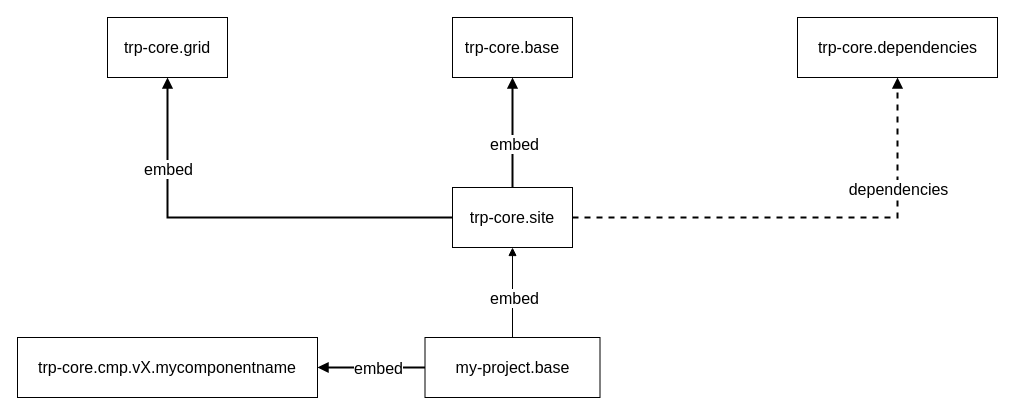
The draw.io diagram docs/diagrams/trp-core-clientlibs.v1.drawio in pdmyrs/aem-snippets, before the edit. Source tidied: cells renumbered, new cells numbered last; positions are measured from the earlier drawing's top-left corner, leaving out a move shared by most shapes. Both pictures are drawn from the tidied source at 100%, with x=0, y=0 at pixel (17, 17).
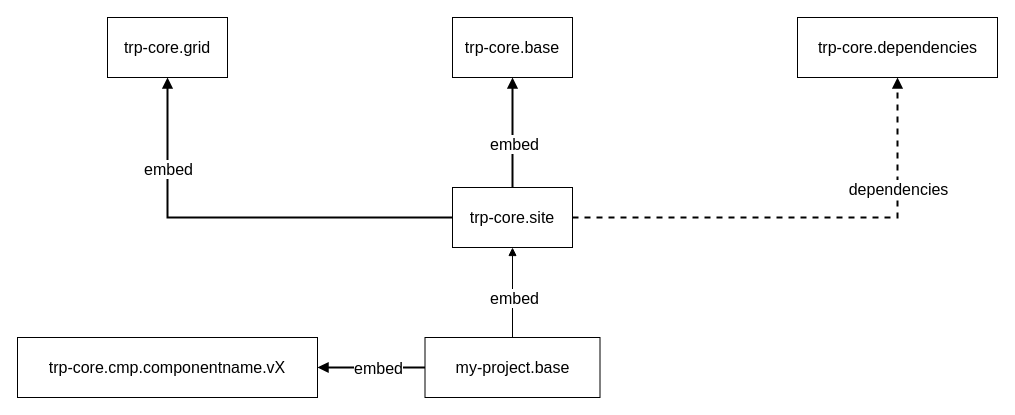
Above is the later version.

Diff of the diagram source:
```diff
@@
 <mxGraphModel>
   <root>
     <mxCell id="0" />
     <mxCell id="1" parent="0" />
     <mxCell id="2" value="trp-core.base" style="rounded=0;whiteSpace=wrap;html=1;fontSize=16;" parent="1" vertex="1">
       <mxGeometry x="435" width="120" height="60" as="geometry" />
     </mxCell>
     <mxCell id="3" style="edgeStyle=orthogonalEdgeStyle;rounded=0;jettySize=auto;html=1;exitX=0;exitY=0.5;exitDx=0;exitDy=0;entryX=0.5;entryY=1;entryDx=0;entryDy=0;fontSize=16;endArrow=block;endFill=1;strokeWidth=2;" parent="1" edge="1" source="7" target="10">
       <mxGeometry relative="1" as="geometry" />
     </mxCell>
     <mxCell id="4" value="embed" style="edgeLabel;html=1;align=center;verticalAlign=middle;fontSize=16;" parent="3" vertex="1">
       <mxGeometry x="0.47" relative="1" as="geometry">
         <mxPoint y="-22" as="offset" />
       </mxGeometry>
     </mxCell>
     <mxCell id="5" style="edgeStyle=orthogonalEdgeStyle;rounded=0;jettySize=auto;html=1;exitX=1;exitY=0.5;exitDx=0;exitDy=0;entryX=0.5;entryY=1;entryDx=0;entryDy=0;fontSize=16;endArrow=block;endFill=1;dashed=1;strokeWidth=2;" parent="1" edge="1" source="7" target="11">
       <mxGeometry relative="1" as="geometry" />
     </mxCell>
     <mxCell id="6" value="dependencies" style="edgeLabel;html=1;align=center;verticalAlign=middle;fontSize=16;" parent="5" vertex="1">
       <mxGeometry x="0.48" y="1" relative="1" as="geometry">
         <mxPoint x="1" y="-10" as="offset" />
       </mxGeometry>
     </mxCell>
     <mxCell id="7" value="trp-core.site" style="rounded=0;whiteSpace=wrap;html=1;fontSize=16;" parent="1" vertex="1">
       <mxGeometry x="435" y="170" width="120" height="60" as="geometry" />
     </mxCell>
     <mxCell id="8" style="endArrow=block;html=1;fontSize=16;entryX=0.5;entryY=1;entryDx=0;entryDy=0;endFill=1;strokeWidth=2;" parent="1" edge="1" source="7" target="2">
       <mxGeometry relative="1" as="geometry" />
     </mxCell>
     <mxCell id="9" value="embed" style="edgeLabel;html=1;align=center;verticalAlign=middle;fontSize=16;" parent="8" vertex="1">
       <mxGeometry x="-0.2" y="-1" relative="1" as="geometry" />
     </mxCell>
     <mxCell id="10" value="trp-core.grid" style="rounded=0;whiteSpace=wrap;html=1;fontSize=16;" parent="1" vertex="1">
       <mxGeometry x="90" width="120" height="60" as="geometry" />
     </mxCell>
     <mxCell id="11" value="trp-core.dependencies" style="rounded=0;html=1;fontSize=16;" parent="1" vertex="1">
       <mxGeometry x="780" width="200" height="60" as="geometry" />
     </mxCell>
     <mxCell id="12" style="edgeStyle=orthogonalEdgeStyle;rounded=0;jettySize=auto;html=1;exitX=0.5;exitY=0;exitDx=0;exitDy=0;entryX=0.5;entryY=1;entryDx=0;entryDy=0;fontSize=16;endArrow=block;endFill=1;" parent="1" edge="1" source="16" target="7">
       <mxGeometry relative="1" as="geometry" />
     </mxCell>
     <mxCell id="13" value="embed" style="edgeLabel;html=1;align=center;verticalAlign=middle;fontSize=16;" parent="12" vertex="1">
       <mxGeometry x="-0.11" y="-1" relative="1" as="geometry" />
     </mxCell>
     <mxCell id="14" style="edgeStyle=none;curved=1;rounded=0;jettySize=auto;html=1;entryX=1;entryY=0.5;entryDx=0;entryDy=0;endArrow=block;sourcePerimeterSpacing=8;targetPerimeterSpacing=8;exitX=0;exitY=0.5;exitDx=0;exitDy=0;endFill=1;strokeWidth=2;" parent="1" edge="1" source="16" target="17">
       <mxGeometry relative="1" as="geometry" />
     </mxCell>
     <mxCell id="15" value="embed" style="edgeLabel;html=1;align=center;verticalAlign=middle;fontSize=16;" parent="14" vertex="1">
       <mxGeometry x="-0.13" relative="1" as="geometry" />
     </mxCell>
     <mxCell id="16" value="my-project.base" style="rounded=0;whiteSpace=wrap;html=1;fontSize=16;" parent="1" vertex="1">
       <mxGeometry x="407.5" y="320" width="175" height="60" as="geometry" />
     </mxCell>
-    <mxCell id="17" value="trp-core.cmp.vX.mycomponentname" style="rounded=0;whiteSpace=wrap;html=1;fontSize=16;" parent="1" vertex="1">
+    <mxCell id="17" value="trp-core.cmp.componentname.vX" style="rounded=0;whiteSpace=wrap;html=1;fontSize=16;" parent="1" vertex="1">
       <mxGeometry y="320" width="300" height="60" as="geometry" />
     </mxCell>
   </root>
 </mxGraphModel>
```
